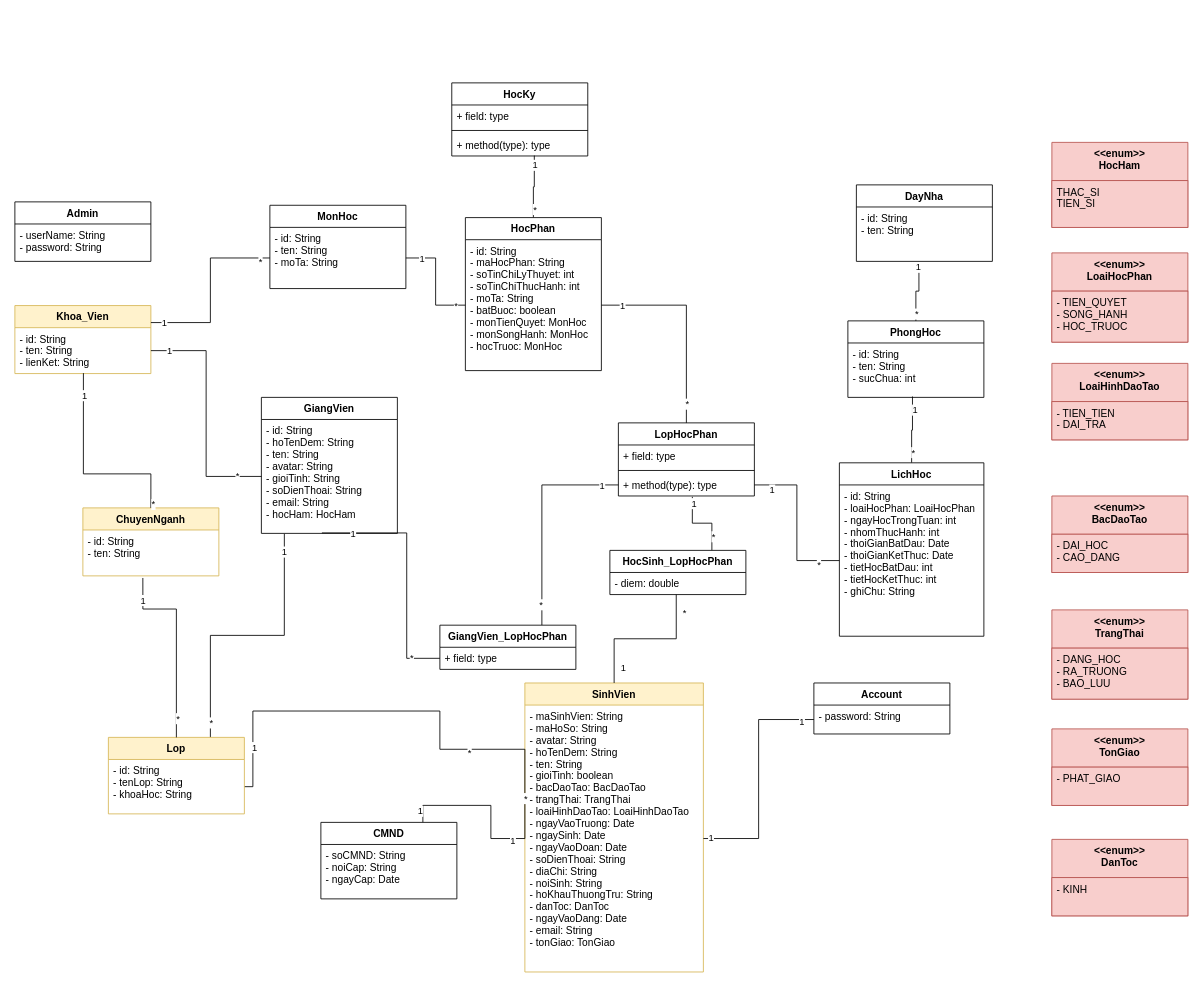
Before: CMN_Class.drawio in duchoan6814/Truong-Duc-Hoan, a draw.io diagram. Source tidied: cells renumbered, new cells numbered last; positions are measured from the earlier drawing's top-left corner, leaving out a move shared by most shapes. Both pictures are drawn from the tidied source at 85%, with x=0, y=0 at pixel (14, 82).
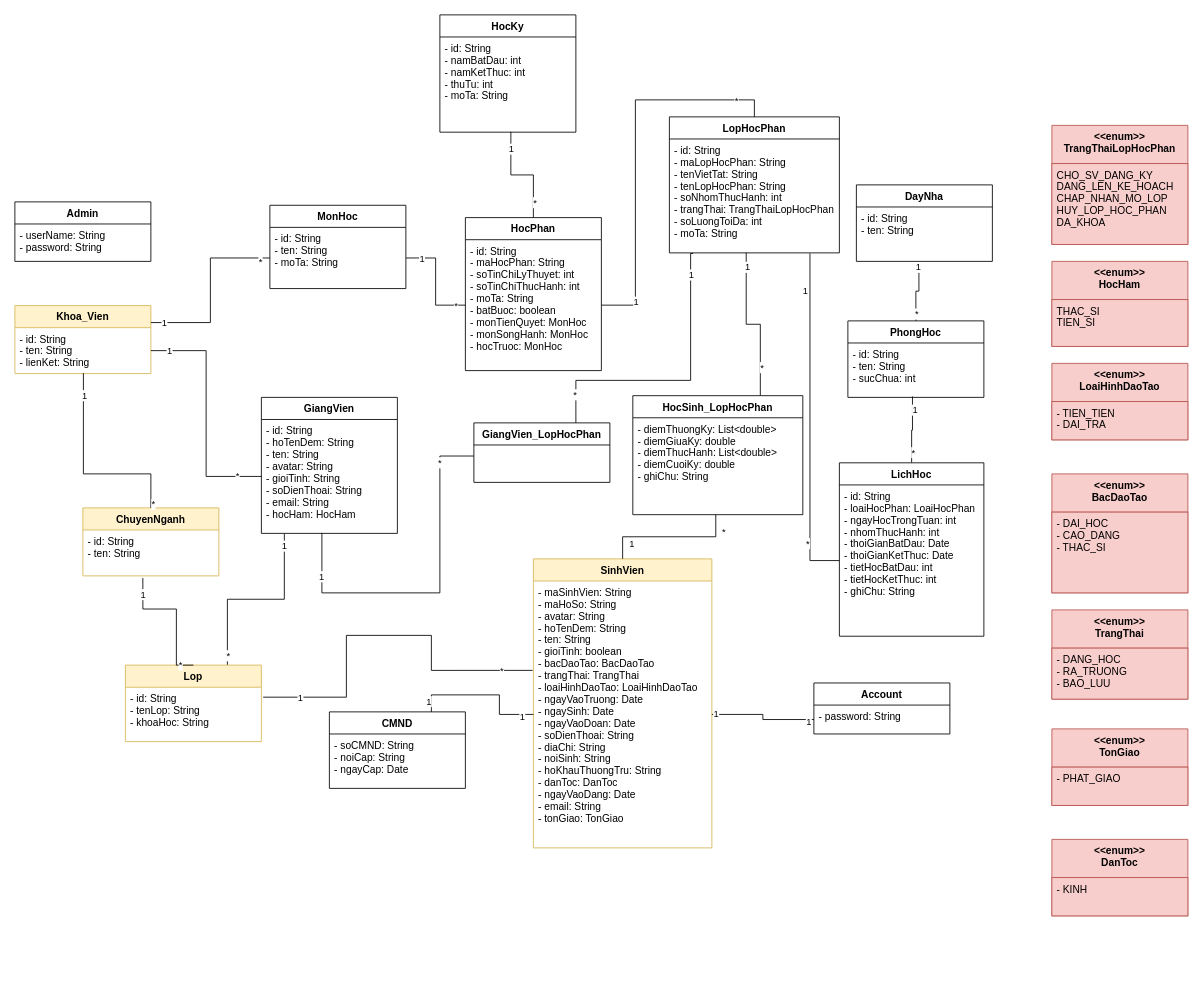
After the change.

Unchanged cells that the change refers to:
```xml
<mxCell id="3" value="- maSinhVien: String&#10;- maHoSo: String&#10;- avatar: String&#10;- hoTenDem: String&#10;- ten: String&#10;- gioiTinh: boolean&#10;- bacDaoTao: BacDaoTao&#10;- trangThai: TrangThai&#10;- loaiHinhDaoTao: LoaiHinhDaoTao&#10;- ngayVaoTruong: Date&#10;- ngaySinh: Date&#10;- ngayVaoDoan: Date&#10;- soDienThoai: String&#10;- diaChi: String&#10;- noiSinh: String&#10;- hoKhauThuongTru: String&#10;- danToc: DanToc&#10;- ngayVaoDang: Date&#10;- email: String&#10;- tonGiao: TonGiao" style="text;strokeColor=none;fillColor=none;align=left;verticalAlign=top;spacingLeft=4;spacingRight=4;overflow=hidden;points=[[0,0.5],[1,0.5]];portConstraint=eastwest;" parent="2" vertex="1">
  <mxGeometry y="26" width="210" height="314" as="geometry" />
</mxCell>
<mxCell id="26" value="- id: String&#10;- tenLop: String&#10;- khoaHoc: String" style="text;strokeColor=none;fillColor=none;align=left;verticalAlign=top;spacingLeft=4;spacingRight=4;overflow=hidden;points=[[0,0.5],[1,0.5]];portConstraint=eastwest;" parent="25" vertex="1">
  <mxGeometry y="26" width="160" height="64" as="geometry" />
</mxCell>
<mxCell id="45" value="- id: String&#10;- hoTenDem: String&#10;- ten: String&#10;- avatar: String&#10;- gioiTinh: String&#10;- soDienThoai: String&#10;- email: String&#10;- hocHam: HocHam" style="text;strokeColor=none;fillColor=none;align=left;verticalAlign=top;spacingLeft=4;spacingRight=4;overflow=hidden;points=[[0,0.5],[1,0.5]];portConstraint=eastwest;" parent="44" vertex="1">
  <mxGeometry y="26" width="160" height="134" as="geometry" />
</mxCell>
<mxCell id="58" value="- id: String&#10;- loaiHocPhan: LoaiHocPhan&#10;- ngayHocTrongTuan: int&#10;- nhomThucHanh: int&#10;- thoiGianBatDau: Date&#10;- thoiGianKetThuc: Date&#10;- tietHocBatDau: int&#10;- tietHocKetThuc: int&#10;- ghiChu: String" style="text;strokeColor=none;fillColor=none;align=left;verticalAlign=top;spacingLeft=4;spacingRight=4;overflow=hidden;points=[[0,0.5],[1,0.5]];portConstraint=eastwest;" parent="57" vertex="1">
  <mxGeometry y="26" width="170" height="178" as="geometry" />
</mxCell>
<mxCell id="87" value="HocPhan" style="swimlane;fontStyle=1;align=center;verticalAlign=top;horizontal=1;startSize=26;" parent="1" vertex="1">
  <mxGeometry x="530" y="158.5" width="160" height="180" as="geometry" />
</mxCell>
```

The edit, as a diff of the source:
```diff
@@
     <mxCell id="2" value="SinhVien" style="swimlane;fontStyle=1;align=center;verticalAlign=top;horizontal=1;startSize=26;fillColor=#fff2cc;strokeColor=#d6b656;" parent="1" vertex="1">
-      <mxGeometry x="600" y="706" width="210" height="340" as="geometry" />
+      <mxGeometry x="610" y="560" width="210" height="340" as="geometry" />
     </mxCell>
@@
-    <mxCell id="8" style="edgeStyle=orthogonalEdgeStyle;rounded=0;jettySize=auto;html=1;exitX=0;exitY=0.5;exitDx=0;exitDy=0;entryX=1;entryY=0.5;entryDx=0;entryDy=0;endArrow=none;endFill=0;" parent="1" edge="1" source="3" target="26">
+    <mxCell id="8" style="edgeStyle=orthogonalEdgeStyle;rounded=0;jettySize=auto;html=1;endArrow=none;endFill=0;exitX=-0.004;exitY=0.335;exitDx=0;exitDy=0;exitPerimeter=0;entryX=1.013;entryY=0.183;entryDx=0;entryDy=0;entryPerimeter=0;" parent="1" edge="1" source="3" target="26">
       <mxGeometry relative="1" as="geometry">
         <Array as="points">
-          <mxPoint x="500" y="784" />
-          <mxPoint x="500" y="739" />
-          <mxPoint x="280" y="739" />
+          <mxPoint x="490" y="691" />
+          <mxPoint x="490" y="650" />
+          <mxPoint x="390" y="650" />
+          <mxPoint x="390" y="723" />
         </Array>
       </mxGeometry>
     </mxCell>
@@
-    <mxCell id="11" value="*" style="edgeLabel;html=1;align=center;verticalAlign=middle;" parent="8" vertex="1">
-      <mxGeometry x="-0.4" y="3" relative="1" as="geometry" />
-    </mxCell>
@@
-    <mxCell id="15" style="edgeStyle=orthogonalEdgeStyle;rounded=0;jettySize=auto;html=1;exitX=0.544;exitY=1.038;exitDx=0;exitDy=0;entryX=0.75;entryY=0;entryDx=0;entryDy=0;endArrow=none;endFill=0;exitPerimeter=0;" parent="1" edge="1" source="21" target="30">
+    <mxCell id="15" style="edgeStyle=orthogonalEdgeStyle;rounded=0;jettySize=auto;html=1;exitX=0.452;exitY=0.999;exitDx=0;exitDy=0;entryX=0.75;entryY=0;entryDx=0;entryDy=0;endArrow=none;endFill=0;exitPerimeter=0;" parent="1" edge="1" source="19" target="30">
       <mxGeometry relative="1" as="geometry" />
     </mxCell>
@@
     <mxCell id="18" value="LopHocPhan" style="swimlane;fontStyle=1;align=center;verticalAlign=top;horizontal=1;startSize=26;" parent="1" vertex="1">
-      <mxGeometry x="710" y="400" width="160" height="86" as="geometry" />
+      <mxGeometry x="770" y="40" width="200" height="160" as="geometry" />
     </mxCell>
-    <mxCell id="19" value="+ field: type" style="text;strokeColor=none;fillColor=none;align=left;verticalAlign=top;spacingLeft=4;spacingRight=4;overflow=hidden;points=[[0,0.5],[1,0.5]];portConstraint=eastwest;" parent="18" vertex="1">
-      <mxGeometry y="26" width="160" height="26" as="geometry" />
+    <mxCell id="19" value="- id: String&#10;- maLopHocPhan: String&#10;- tenVietTat: String&#10;- tenLopHocPhan: String&#10;- soNhomThucHanh: int&#10;- trangThai: TrangThaiLopHocPhan&#10;- soLuongToiDa: int&#10;- moTa: String" style="text;strokeColor=none;fillColor=none;align=left;verticalAlign=top;spacingLeft=4;spacingRight=4;overflow=hidden;points=[[0,0.5],[1,0.5]];portConstraint=eastwest;" parent="18" vertex="1">
+      <mxGeometry y="26" width="200" height="134" as="geometry" />
     </mxCell>
-    <mxCell id="20" style="line;strokeWidth=1;fillColor=none;align=left;verticalAlign=middle;spacingTop=-1;spacingLeft=3;spacingRight=3;labelPosition=right;" parent="18" vertex="1">
-      <mxGeometry y="52" width="160" height="8" as="geometry" />
-    </mxCell>
-    <mxCell id="21" value="+ method(type): type" style="text;strokeColor=none;fillColor=none;align=left;verticalAlign=top;spacingLeft=4;spacingRight=4;overflow=hidden;points=[[0,0.5],[1,0.5]];portConstraint=eastwest;" parent="18" vertex="1">
-      <mxGeometry y="60" width="160" height="26" as="geometry" />
-    </mxCell>
@@
     <mxCell id="25" value="Lop" style="swimlane;fontStyle=1;align=center;verticalAlign=top;horizontal=1;startSize=26;fillColor=#fff2cc;strokeColor=#d6b656;" parent="1" vertex="1">
-      <mxGeometry x="110" y="770" width="160" height="90" as="geometry" />
+      <mxGeometry x="130" y="685" width="160" height="90" as="geometry" />
     </mxCell>
@@
     <mxCell id="30" value="HocSinh_LopHocPhan" style="swimlane;fontStyle=1;align=center;verticalAlign=top;horizontal=1;startSize=26;" parent="1" vertex="1">
-      <mxGeometry x="700" y="550" width="160" height="52" as="geometry" />
+      <mxGeometry x="727" y="368" width="200" height="140" as="geometry" />
     </mxCell>
-    <mxCell id="31" value="- diem: double" style="text;strokeColor=none;fillColor=none;align=left;verticalAlign=top;spacingLeft=4;spacingRight=4;overflow=hidden;points=[[0,0.5],[1,0.5]];portConstraint=eastwest;" parent="30" vertex="1">
-      <mxGeometry y="26" width="160" height="26" as="geometry" />
+    <mxCell id="31" value="- diemThuongKy: List&lt;double&gt;&#10;- diemGiuaKy: double&#10;- diemThucHanh: List&lt;double&gt;&#10;- diemCuoiKy: double&#10;- ghiChu: String" style="text;strokeColor=none;fillColor=none;align=left;verticalAlign=top;spacingLeft=4;spacingRight=4;overflow=hidden;points=[[0,0.5],[1,0.5]];portConstraint=eastwest;" parent="30" vertex="1">
+      <mxGeometry y="26" width="200" height="114" as="geometry" />
     </mxCell>
@@
     <mxCell id="37" value="HocKy" style="swimlane;fontStyle=1;align=center;verticalAlign=top;horizontal=1;startSize=26;" parent="1" vertex="1">
-      <mxGeometry x="514" width="160" height="86" as="geometry" />
+      <mxGeometry x="500" y="-80" width="160" height="138" as="geometry" />
     </mxCell>
-    <mxCell id="38" value="+ field: type" style="text;strokeColor=none;fillColor=none;align=left;verticalAlign=top;spacingLeft=4;spacingRight=4;overflow=hidden;points=[[0,0.5],[1,0.5]];portConstraint=eastwest;" parent="37" vertex="1">
-      <mxGeometry y="26" width="160" height="26" as="geometry" />
+    <mxCell id="38" value="- id: String&#10;- namBatDau: int&#10;- namKetThuc: int&#10;- thuTu: int&#10;- moTa: String" style="text;strokeColor=none;fillColor=none;align=left;verticalAlign=top;spacingLeft=4;spacingRight=4;overflow=hidden;points=[[0,0.5],[1,0.5]];portConstraint=eastwest;" parent="37" vertex="1">
+      <mxGeometry y="26" width="160" height="112" as="geometry" />
     </mxCell>
-    <mxCell id="39" style="line;strokeWidth=1;fillColor=none;align=left;verticalAlign=middle;spacingTop=-1;spacingLeft=3;spacingRight=3;labelPosition=right;" parent="37" vertex="1">
-      <mxGeometry y="52" width="160" height="8" as="geometry" />
-    </mxCell>
-    <mxCell id="40" value="+ method(type): type" style="text;strokeColor=none;fillColor=none;align=left;verticalAlign=top;spacingLeft=4;spacingRight=4;overflow=hidden;points=[[0,0.5],[1,0.5]];portConstraint=eastwest;" parent="37" vertex="1">
-      <mxGeometry y="60" width="160" height="26" as="geometry" />
-    </mxCell>
-    <mxCell id="41" style="edgeStyle=orthogonalEdgeStyle;rounded=0;jettySize=auto;html=1;exitX=0.5;exitY=0;exitDx=0;exitDy=0;entryX=0.607;entryY=0.981;entryDx=0;entryDy=0;endArrow=none;endFill=0;entryPerimeter=0;" parent="1" edge="1" source="87" target="40">
+    <mxCell id="41" style="edgeStyle=orthogonalEdgeStyle;rounded=0;jettySize=auto;html=1;exitX=0.5;exitY=0;exitDx=0;exitDy=0;entryX=0.522;entryY=0.996;entryDx=0;entryDy=0;endArrow=none;endFill=0;entryPerimeter=0;" parent="1" edge="1" source="87" target="38">
       <mxGeometry relative="1" as="geometry" />
     </mxCell>
@@
-    <mxCell id="59" style="edgeStyle=orthogonalEdgeStyle;rounded=0;jettySize=auto;html=1;exitX=0;exitY=0.5;exitDx=0;exitDy=0;entryX=1;entryY=0.5;entryDx=0;entryDy=0;endArrow=none;endFill=0;" parent="1" edge="1" source="58" target="21">
+    <mxCell id="59" style="edgeStyle=orthogonalEdgeStyle;rounded=0;jettySize=auto;html=1;exitX=0;exitY=0.5;exitDx=0;exitDy=0;entryX=0.827;entryY=1.005;entryDx=0;entryDy=0;endArrow=none;endFill=0;entryPerimeter=0;" parent="1" edge="1" source="58" target="19">
       <mxGeometry relative="1" as="geometry" />
     </mxCell>
@@
-    <mxCell id="62" style="edgeStyle=orthogonalEdgeStyle;rounded=0;jettySize=auto;html=1;exitX=0.75;exitY=0;exitDx=0;exitDy=0;entryX=0;entryY=0.5;entryDx=0;entryDy=0;endArrow=none;endFill=0;" parent="1" edge="1" source="65" target="21">
-      <mxGeometry relative="1" as="geometry" />
+    <mxCell id="62" style="edgeStyle=orthogonalEdgeStyle;rounded=0;jettySize=auto;html=1;exitX=0.75;exitY=0;exitDx=0;exitDy=0;entryX=0.14;entryY=1.005;entryDx=0;entryDy=0;endArrow=none;endFill=0;entryPerimeter=0;" parent="1" edge="1" source="65" target="19">
+      <mxGeometry relative="1" as="geometry">
+        <Array as="points">
+          <mxPoint x="660" y="350" />
+          <mxPoint x="795" y="350" />
+          <mxPoint x="795" y="201" />
+        </Array>
+      </mxGeometry>
     </mxCell>
@@
     <mxCell id="65" value="GiangVien_LopHocPhan" style="swimlane;fontStyle=1;align=center;verticalAlign=top;horizontal=1;startSize=26;" parent="1" vertex="1">
-      <mxGeometry x="500" y="638" width="160" height="52" as="geometry" />
+      <mxGeometry x="540" y="400" width="160" height="70" as="geometry" />
     </mxCell>
-    <mxCell id="66" value="+ field: type" style="text;strokeColor=none;fillColor=none;align=left;verticalAlign=top;spacingLeft=4;spacingRight=4;overflow=hidden;points=[[0,0.5],[1,0.5]];portConstraint=eastwest;" parent="65" vertex="1">
-      <mxGeometry y="26" width="160" height="26" as="geometry" />
-    </mxCell>
-    <mxCell id="67" style="edgeStyle=orthogonalEdgeStyle;rounded=0;jettySize=auto;html=1;exitX=0.445;exitY=0.996;exitDx=0;exitDy=0;entryX=0;entryY=0.5;entryDx=0;entryDy=0;endArrow=none;endFill=0;exitPerimeter=0;" parent="1" edge="1" source="45" target="66">
+    <mxCell id="67" style="edgeStyle=orthogonalEdgeStyle;rounded=0;jettySize=auto;html=1;exitX=0.445;exitY=0.996;exitDx=0;exitDy=0;endArrow=none;endFill=0;exitPerimeter=0;" parent="1" edge="1" source="45">
       <mxGeometry relative="1" as="geometry">
+        <mxPoint x="540" y="439" as="targetPoint" />
         <Array as="points">
-          <mxPoint x="461" y="677" />
+          <mxPoint x="361" y="600" />
+          <mxPoint x="500" y="600" />
+          <mxPoint x="500" y="439" />
         </Array>
       </mxGeometry>
     </mxCell>
@@
     <mxCell id="72" value="&lt;&lt;enum&gt;&gt;&#10;BacDaoTao" style="swimlane;fontStyle=1;align=center;verticalAlign=top;horizontal=1;startSize=45;fillColor=#f8cecc;strokeColor=#b85450;" parent="1" vertex="1">
-      <mxGeometry x="1220" y="486" width="160" height="90" as="geometry" />
+      <mxGeometry x="1220" y="460" width="160" height="140" as="geometry" />
     </mxCell>
-    <mxCell id="73" value="- DAI_HOC&#10;- CAO_DANG" style="text;strokeColor=#b85450;fillColor=#f8cecc;align=left;verticalAlign=top;spacingLeft=4;spacingRight=4;overflow=hidden;" parent="72" vertex="1">
-      <mxGeometry y="45" width="160" height="45" as="geometry" />
+    <mxCell id="73" value="- DAI_HOC&#10;- CAO_DANG&#10;- THAC_SI" style="text;strokeColor=#b85450;fillColor=#f8cecc;align=left;verticalAlign=top;spacingLeft=4;spacingRight=4;overflow=hidden;" parent="72" vertex="1">
+      <mxGeometry y="45" width="160" height="95" as="geometry" />
     </mxCell>
@@
     <mxCell id="81" value="CMND" style="swimlane;fontStyle=1;align=center;verticalAlign=top;horizontal=1;startSize=26;" parent="1" vertex="1">
-      <mxGeometry x="360" y="870" width="160" height="90" as="geometry" />
+      <mxGeometry x="370" y="740" width="160" height="90" as="geometry" />
     </mxCell>
@@
-    <mxCell id="95" value="&lt;&lt;enum&gt;&gt;&#10;LoaiHocPhan" style="swimlane;fontStyle=1;align=center;verticalAlign=top;horizontal=1;startSize=45;fillColor=#f8cecc;strokeColor=#b85450;" parent="1" vertex="1">
-      <mxGeometry x="1220" y="200" width="160" height="105" as="geometry" />
-    </mxCell>
-    <mxCell id="96" value="- TIEN_QUYET&#10;- SONG_HANH&#10;- HOC_TRUOC" style="text;strokeColor=#b85450;fillColor=#f8cecc;align=left;verticalAlign=top;spacingLeft=4;spacingRight=4;overflow=hidden;" parent="95" vertex="1">
-      <mxGeometry y="45" width="160" height="60" as="geometry" />
-    </mxCell>
@@
     <mxCell id="104" value="&lt;&lt;enum&gt;&gt;&#10;HocHam" style="swimlane;fontStyle=1;align=center;verticalAlign=top;horizontal=1;startSize=45;fillColor=#f8cecc;strokeColor=#b85450;" parent="1" vertex="1">
-      <mxGeometry x="1220" y="70" width="160" height="100" as="geometry" />
+      <mxGeometry x="1220" y="210" width="160" height="100" as="geometry" />
     </mxCell>
@@
+    <mxCell id="109" value="&lt;&lt;enum&gt;&gt;&#10;TrangThaiLopHocPhan" style="swimlane;fontStyle=1;align=center;verticalAlign=top;horizontal=1;startSize=45;fillColor=#f8cecc;strokeColor=#b85450;" parent="1" vertex="1">
+      <mxGeometry x="1220" y="50" width="160" height="140" as="geometry" />
+    </mxCell>
+    <mxCell id="110" value="CHO_SV_DANG_KY&#10;DANG_LEN_KE_HOACH&#10;CHAP_NHAN_MO_LOP&#10;HUY_LOP_HOC_PHAN&#10;DA_KHOA" style="text;strokeColor=#b85450;fillColor=#f8cecc;align=left;verticalAlign=top;spacingLeft=4;spacingRight=4;overflow=hidden;" parent="109" vertex="1">
+      <mxGeometry y="45" width="160" height="95" as="geometry" />
+    </mxCell>
```
